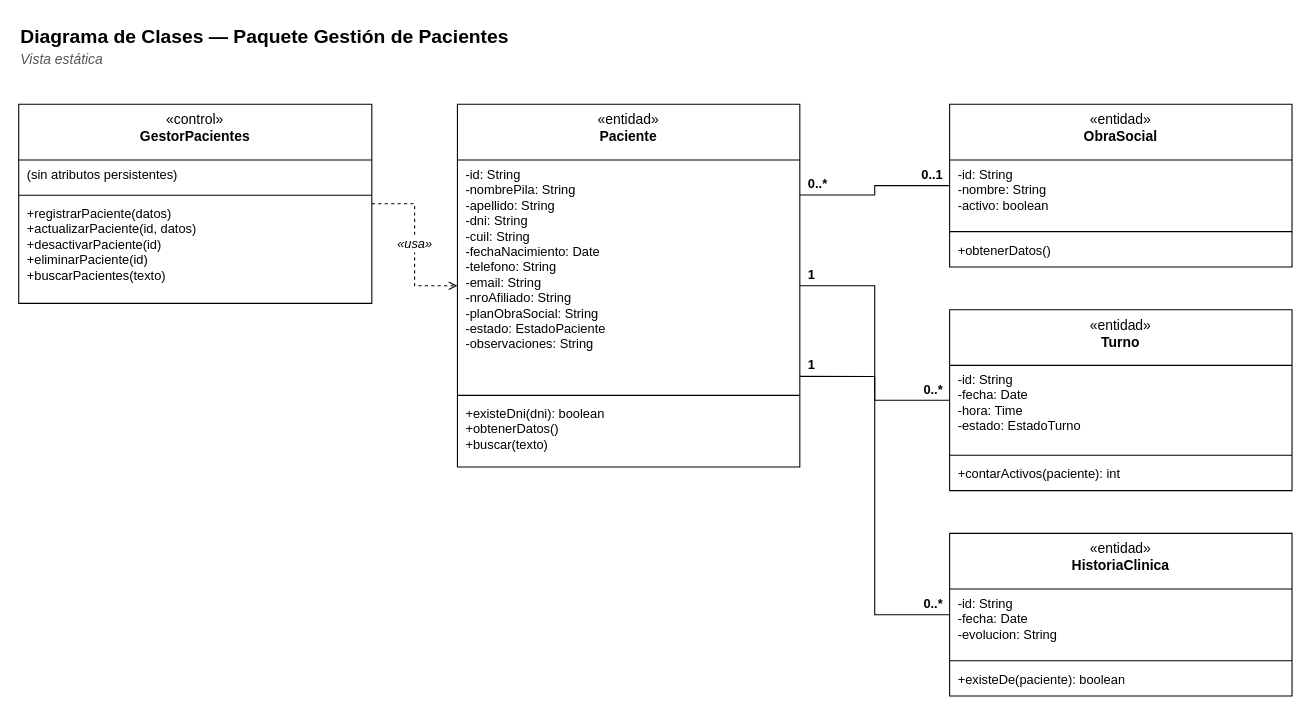
Above: docs/diagramas/paquete-pacientes-clases.drawio in Matiglorioso/kineturnos (draw.io), before the change. Source tidied: cells renumbered, new cells numbered last; positions are measured from the earlier drawing's top-left corner, leaving out a move shared by most shapes. Both pictures are drawn from the tidied source at 107%, with x=0, y=0 at pixel (18, 18).
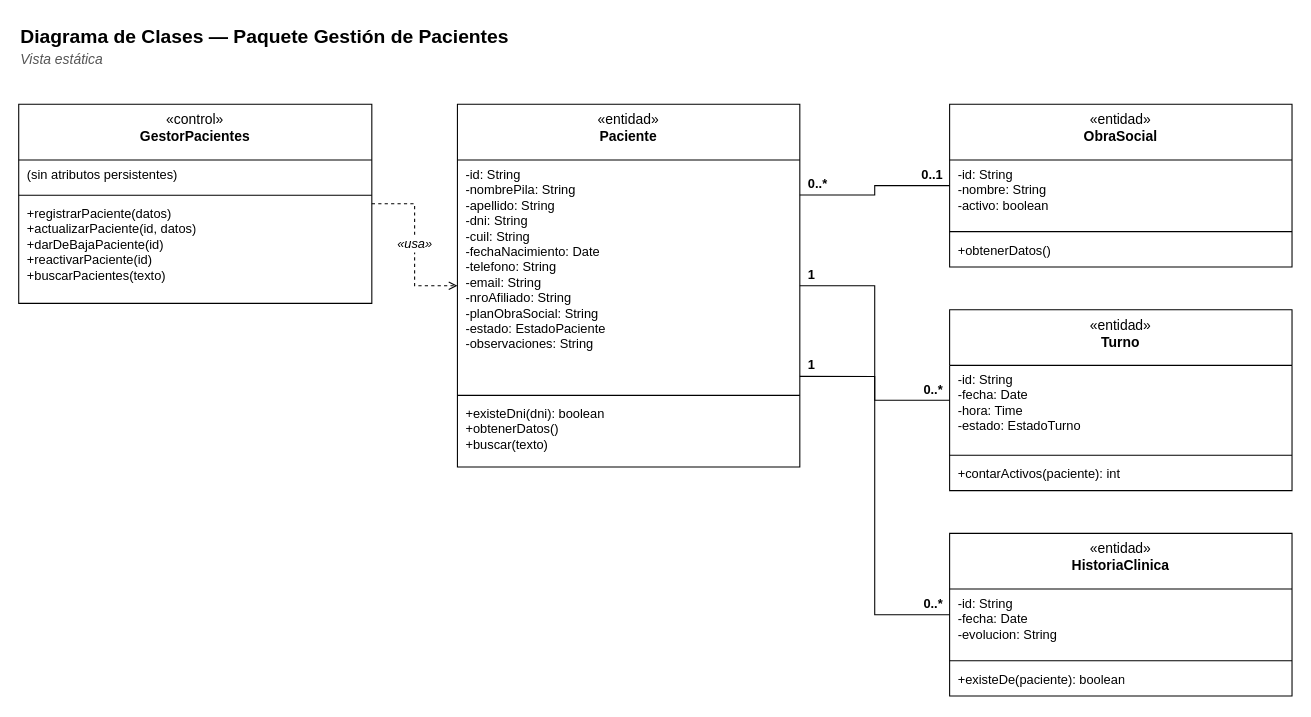
After the change.

The change refers to these unchanged cells:
```xml
<mxCell id="4" value="«control»&lt;br&gt;&lt;b&gt;GestorPacientes&lt;/b&gt;" style="swimlane;fontStyle=0;align=center;verticalAlign=top;horizontal=1;startSize=52;whiteSpace=wrap;html=1;fillColor=#FFFFFF;strokeColor=#000000;fontFamily=Helvetica;fontSize=13;" parent="1" vertex="1">
  <mxGeometry y="80" width="330" height="186" as="geometry" />
</mxCell>
```

What changed in the source:
```diff
@@
-    <mxCell id="7" value="+registrarPaciente(datos)&lt;br&gt;+actualizarPaciente(id, datos)&lt;br&gt;+desactivarPaciente(id)&lt;br&gt;+eliminarPaciente(id)&lt;br&gt;+buscarPacientes(texto)" style="text;strokeColor=none;fillColor=none;align=left;verticalAlign=top;spacingLeft=6;spacingRight=4;overflow=hidden;whiteSpace=wrap;html=1;fontFamily=Helvetica;fontSize=12;" parent="4" vertex="1">
+    <mxCell id="7" value="+registrarPaciente(datos)&lt;br&gt;+actualizarPaciente(id, datos)&lt;br&gt;+darDeBajaPaciente(id)&lt;br&gt;+reactivarPaciente(id)&lt;br&gt;+buscarPacientes(texto)" style="text;strokeColor=none;fillColor=none;align=left;verticalAlign=top;spacingLeft=6;spacingRight=4;overflow=hidden;whiteSpace=wrap;html=1;fontFamily=Helvetica;fontSize=12;" parent="4" vertex="1">
       <mxGeometry y="89" width="330" height="97" as="geometry" />
     </mxCell>
```
